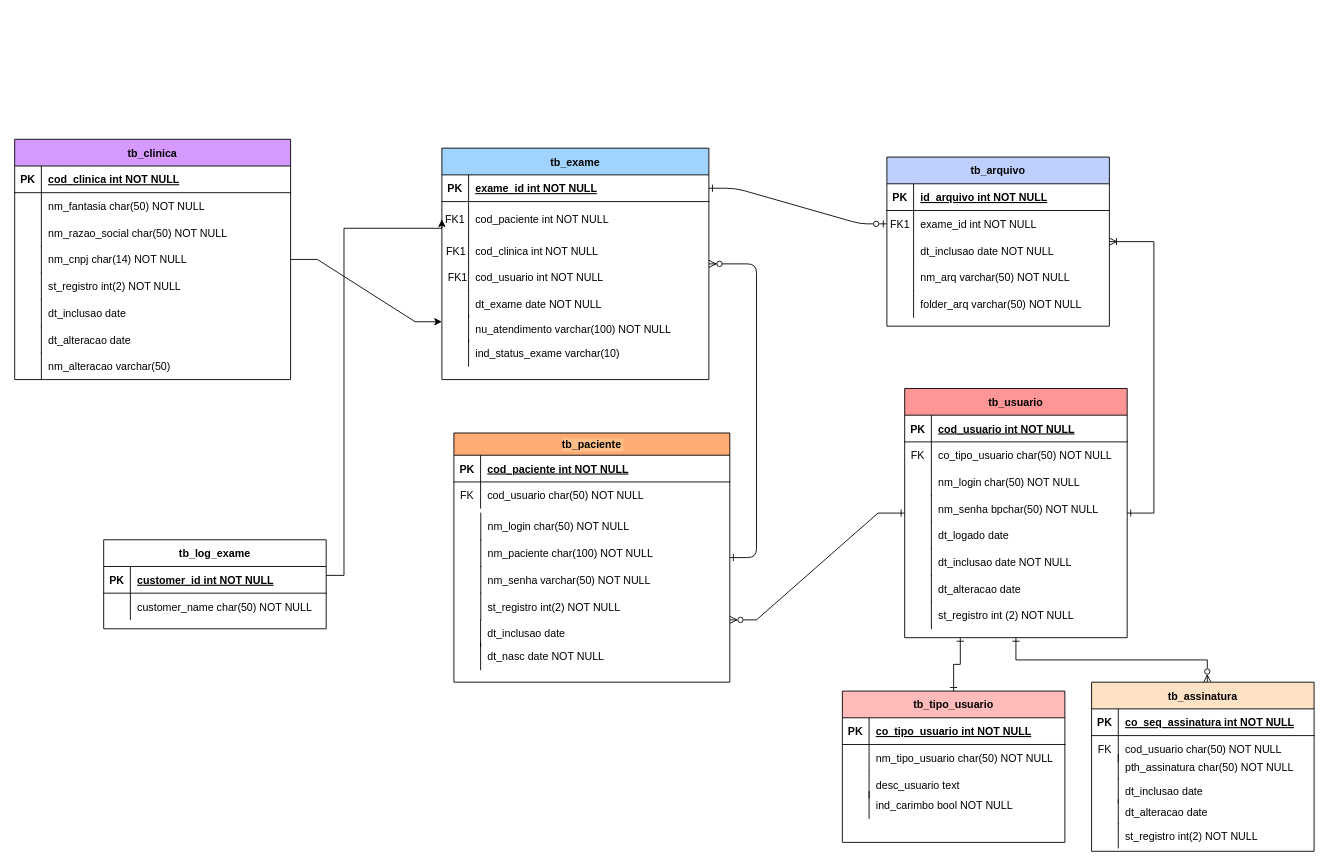
The draw.io diagram Diagrama sem nome.drawio in FFbsilva/DateStructure, before the edit. Source tidied: cells renumbered, new cells numbered last; positions are measured from the earlier drawing's top-left corner, leaving out a move shared by most shapes. Both pictures are drawn from the tidied source at 89%, with x=0, y=0 at pixel (14, 139).
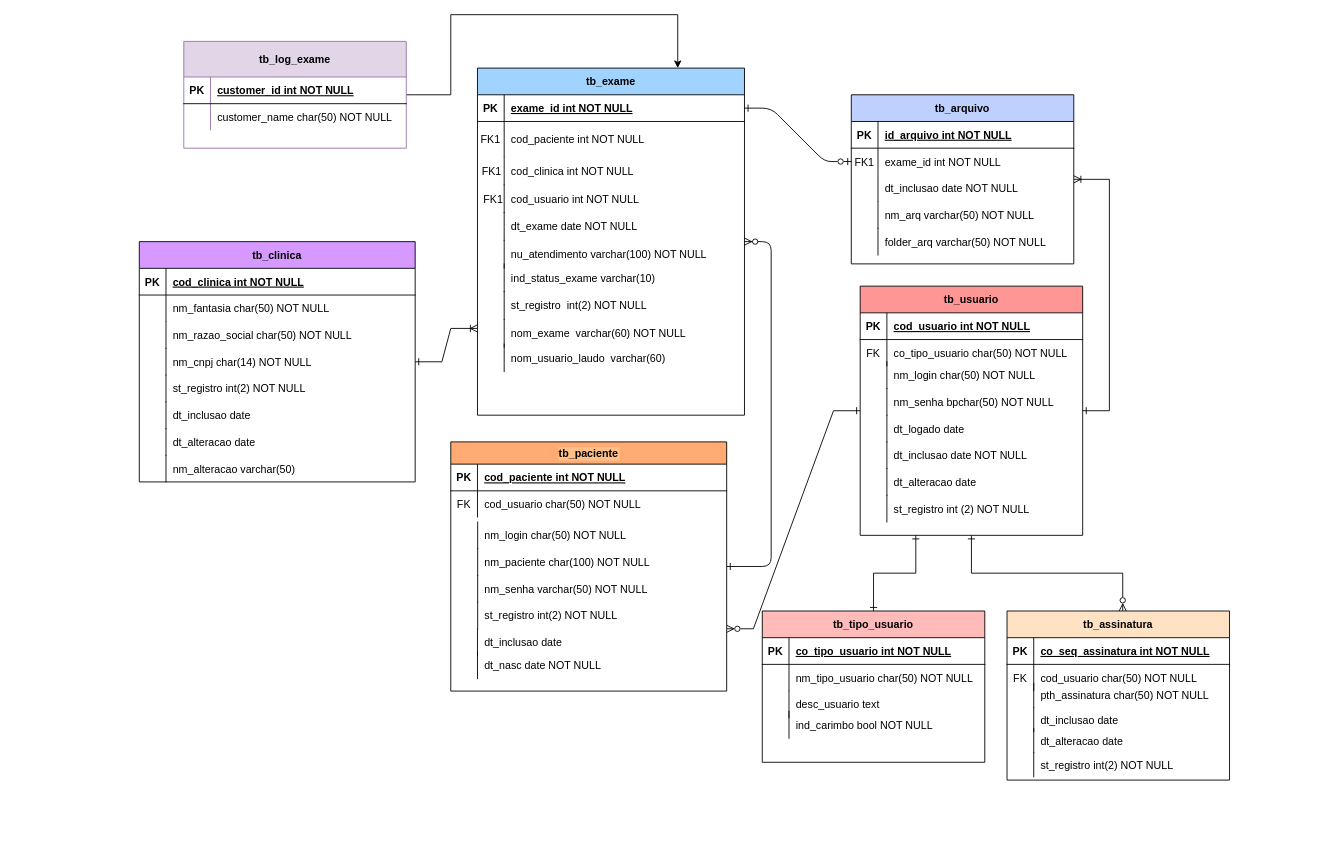
After the change.

The change refers to these unchanged cells:
```xml
<mxCell id="17" value="tb_clinica" style="shape=table;startSize=30;childLayout=tableLayout;rowLines=0;fontStyle=1;align=center;fillColor=#D699FF;" parent="16" vertex="1">
  <mxGeometry width="310" height="270" as="geometry" />
</mxCell>
<mxCell id="91" style="shape=partialRectangle;fillColor=none;points=[[0,0.5],[1,0.5]];portConstraint=eastwest;top=0;left=0;right=0;bottom=0;" parent="87" vertex="1">
  <mxGeometry y="60" width="300" height="40" as="geometry" />
</mxCell>
```

What changed in the source:
```diff
@@
-    <mxCell id="6" style="edgeStyle=orthogonalEdgeStyle;rounded=0;jettySize=auto;html=1;entryX=0;entryY=0.5;entryDx=0;entryDy=0;" parent="1" edge="1" source="7" target="91">
-      <mxGeometry relative="1" as="geometry">
-        <Array as="points">
-          <mxPoint x="370" y="490" />
-          <mxPoint x="370" y="100" />
-        </Array>
-      </mxGeometry>
-    </mxCell>
-    <mxCell id="7" value="tb_log_exame" style="shape=table;startSize=30;childLayout=tableLayout;rowLines=0;fontStyle=1;align=center;" parent="1" vertex="1">
-      <mxGeometry x="100" y="450" width="250" height="100" as="geometry" />
-    </mxCell>
-    <mxCell id="8" style="shape=partialRectangle;fillColor=none;top=0;left=0;right=0;bottom=1;" parent="7" vertex="1">
-      <mxGeometry y="30" width="250" height="30" as="geometry" />
-    </mxCell>
-    <mxCell id="9" value="PK" style="shape=partialRectangle;overflow=hidden;fillColor=none;top=0;left=0;bottom=0;right=0;fontStyle=1;" parent="8" vertex="1">
-      <mxGeometry width="30" height="30" as="geometry" />
-    </mxCell>
-    <mxCell id="10" value="customer_id int NOT NULL " style="shape=partialRectangle;overflow=hidden;fillColor=none;top=0;left=0;bottom=0;right=0;align=left;spacingLeft=6;fontStyle=5;" parent="8" vertex="1">
-      <mxGeometry x="30" width="220" height="30" as="geometry" />
-    </mxCell>
-    <mxCell id="11" style="shape=partialRectangle;fillColor=none;top=0;left=0;right=0;bottom=0;" parent="7" vertex="1">
-      <mxGeometry y="60" width="250" height="30" as="geometry" />
-    </mxCell>
-    <mxCell id="12" style="shape=partialRectangle;overflow=hidden;fillColor=none;top=0;left=0;bottom=0;right=0;" parent="11" vertex="1">
-      <mxGeometry width="30" height="30" as="geometry" />
-    </mxCell>
-    <mxCell id="13" value="customer_name char(50) NOT NULL" style="shape=partialRectangle;overflow=hidden;fillColor=none;top=0;left=0;bottom=0;right=0;align=left;spacingLeft=6;" parent="11" vertex="1">
-      <mxGeometry x="30" width="220" height="30" as="geometry" />
-    </mxCell>
     <mxCell id="14" style="group;" parent="1" vertex="1">
-      <mxGeometry x="10" y="120" width="310" height="270" as="geometry" />
+      <mxGeometry x="140" y="390" width="330" height="270" as="geometry" />
     </mxCell>
     <mxCell id="15" style="group;" parent="14" vertex="1">
-      <mxGeometry x="-10" y="-120" width="310" height="270" as="geometry" />
+      <mxGeometry y="-275" width="310" height="270" as="geometry" />
     </mxCell>
@@
     <mxCell id="30" style="group;" parent="1" vertex="1">
-      <mxGeometry x="980" y="20" width="250" height="190" as="geometry" />
+      <mxGeometry x="940" y="-50" width="250" height="190" as="geometry" />
     </mxCell>
@@
-    <mxCell id="43" style="edgeStyle=entityRelationEdgeStyle;rounded=0;jettySize=auto;html=1;entryX=0;entryY=0.75;entryDx=0;entryDy=0;" parent="1" edge="1" source="17" target="87">
+    <mxCell id="43" style="edgeStyle=entityRelationEdgeStyle;rounded=0;jettySize=auto;html=1;entryX=0;entryY=0.75;entryDx=0;entryDy=0;startArrow=ERone;startFill=0;endArrow=ERoneToMany;endFill=0;" parent="1" edge="1" source="17" target="87">
       <mxGeometry relative="1" as="geometry" />
     </mxCell>
     <mxCell id="44" style="group;" parent="1" vertex="1">
-      <mxGeometry x="1210" y="610" width="250" height="190" as="geometry" />
+      <mxGeometry x="1115" y="530" width="250" height="190" as="geometry" />
     </mxCell>
@@
     <mxCell id="56" style="group;" parent="1" vertex="1">
-      <mxGeometry x="930" y="620" width="250" height="170" as="geometry" />
+      <mxGeometry x="840" y="530" width="250" height="170" as="geometry" />
     </mxCell>
@@
     <mxCell id="68" style="group;fillColor=default;" parent="1" vertex="1">
-      <mxGeometry x="493.5" y="330" width="310" height="280" as="geometry" />
+      <mxGeometry x="490" y="340" width="310" height="280" as="geometry" />
     </mxCell>
@@
     <mxCell id="85" style="group;" parent="1" vertex="1">
-      <mxGeometry x="480" y="10" width="300" height="260" as="geometry" />
+      <mxGeometry x="520" y="-20" width="300" height="330" as="geometry" />
     </mxCell>
     <mxCell id="86" style="group;" parent="85" vertex="1">
-      <mxGeometry width="300" height="260" as="geometry" />
+      <mxGeometry width="300" height="330" as="geometry" />
     </mxCell>
     <mxCell id="87" value="tb_exame" style="shape=table;startSize=30;childLayout=tableLayout;rowLines=0;fontStyle=1;align=center;fillColor=#A1D3FF;" parent="86" vertex="1">
-      <mxGeometry width="300" height="260" as="geometry" />
+      <mxGeometry y="-60" width="300" height="390" as="geometry" />
     </mxCell>
@@
+    <mxCell id="105" style="shape=partialRectangle;overflow=hidden;fillColor=none;top=0;left=0;bottom=0;right=0;" parent="86" vertex="1">
+      <mxGeometry x="5" y="228.5" width="31.2" height="31.2" as="geometry" />
+    </mxCell>
+    <mxCell id="106" value="ind_status_exame varchar(10)" style="shape=partialRectangle;overflow=hidden;fillColor=none;top=0;left=1;bottom=0;right=0;align=left;spacingLeft=6;" parent="86" vertex="1">
+      <mxGeometry x="30" y="160" width="230" height="31.2" as="geometry" />
+    </mxCell>
+    <mxCell id="124" value="st_registro  int(2) NOT NULL" style="shape=partialRectangle;overflow=hidden;fillColor=none;top=0;left=1;bottom=0;right=0;align=left;spacingLeft=6;" parent="86" vertex="1">
+      <mxGeometry x="30" y="191.1" width="230" height="31.2" as="geometry" />
+    </mxCell>
     <mxCell id="96" style="group;" parent="86" vertex="1">
-      <mxGeometry y="100" width="270" height="30" as="geometry" />
+      <mxGeometry y="40" width="270" height="31.2" as="geometry" />
     </mxCell>
     <mxCell id="97" value="FK1" style="shape=partialRectangle;overflow=hidden;fillColor=none;top=0;left=0;bottom=0;right=0;" parent="96" vertex="1">
-      <mxGeometry width="32.4" height="30" as="geometry" />
+      <mxGeometry width="32.4" height="31.2" as="geometry" />
     </mxCell>
     <mxCell id="98" value="cod_clinica int NOT NULL" style="shape=partialRectangle;overflow=hidden;fillColor=none;top=0;left=1;bottom=0;right=0;align=left;spacingLeft=6;" parent="96" vertex="1">
-      <mxGeometry x="30" width="177" height="30" as="geometry" />
+      <mxGeometry x="30" width="177" height="31.2" as="geometry" />
     </mxCell>
     <mxCell id="99" style="group;" parent="86" vertex="1">
-      <mxGeometry y="130" width="300" height="30" as="geometry" />
+      <mxGeometry y="71.2" width="300" height="31.2" as="geometry" />
     </mxCell>
     <mxCell id="100" value="FK1" style="shape=partialRectangle;overflow=hidden;fillColor=none;top=0;left=0;bottom=0;right=0;" parent="99" vertex="1">
-      <mxGeometry width="36" height="30" as="geometry" />
+      <mxGeometry width="36" height="31.2" as="geometry" />
     </mxCell>
     <mxCell id="101" value="cod_usuario int NOT NULL" style="shape=partialRectangle;overflow=hidden;fillColor=none;top=0;left=1;bottom=0;right=0;align=left;spacingLeft=6;" parent="99" vertex="1">
-      <mxGeometry x="30" width="270" height="30" as="geometry" />
+      <mxGeometry x="30" width="270" height="31.2" as="geometry" />
     </mxCell>
     <mxCell id="102" style="group;" parent="86" vertex="1">
-      <mxGeometry y="160" width="290" height="30" as="geometry" />
+      <mxGeometry y="102.3" width="290" height="31.2" as="geometry" />
     </mxCell>
     <mxCell id="103" style="shape=partialRectangle;overflow=hidden;fillColor=none;top=0;left=0;bottom=0;right=0;" parent="102" vertex="1">
-      <mxGeometry width="34.8" height="30" as="geometry" />
+      <mxGeometry width="34.8" height="31.2" as="geometry" />
     </mxCell>
     <mxCell id="104" value="dt_exame date NOT NULL" style="shape=partialRectangle;overflow=hidden;fillColor=none;top=0;left=1;bottom=0;right=0;align=left;spacingLeft=6;" parent="102" vertex="1">
-      <mxGeometry x="30" width="260" height="30" as="geometry" />
+      <mxGeometry x="30" width="260" height="31.2" as="geometry" />
     </mxCell>
-    <mxCell id="105" style="shape=partialRectangle;overflow=hidden;fillColor=none;top=0;left=0;bottom=0;right=0;" parent="86" vertex="1">
-      <mxGeometry x="5" y="220" width="31.2" height="30" as="geometry" />
-    </mxCell>
-    <mxCell id="106" value="ind_status_exame varchar(10)" style="shape=partialRectangle;overflow=hidden;fillColor=none;top=0;left=1;bottom=0;right=0;align=left;spacingLeft=6;" parent="86" vertex="1">
-      <mxGeometry x="30" y="215" width="230" height="30" as="geometry" />
-    </mxCell>
-    <mxCell id="107" style="group;" parent="85" vertex="1">
-      <mxGeometry x="5" y="193" width="260" height="30" as="geometry" />
+    <mxCell id="107" style="group;" parent="86" vertex="1">
+      <mxGeometry x="5" y="138.7" width="260" height="31.2" as="geometry" />
     </mxCell>
     <mxCell id="108" style="shape=partialRectangle;overflow=hidden;fillColor=none;top=0;left=0;bottom=0;right=0;" parent="107" vertex="1">
-      <mxGeometry width="31.2" height="30" as="geometry" />
+      <mxGeometry width="31.2" height="31.2" as="geometry" />
     </mxCell>
     <mxCell id="109" value="nu_atendimento varchar(100) NOT NULL" style="shape=partialRectangle;overflow=hidden;fillColor=none;top=0;left=1;bottom=0;right=0;align=left;spacingLeft=6;" parent="107" vertex="1">
-      <mxGeometry x="25" y="-5" width="230" height="30" as="geometry" />
+      <mxGeometry x="25" y="-5.2" width="230" height="31.2" as="geometry" />
     </mxCell>
+    <mxCell id="125" value="nom_exame  varchar(60) NOT NULL" style="shape=partialRectangle;overflow=hidden;fillColor=none;top=0;left=1;bottom=0;right=0;align=left;spacingLeft=6;" parent="86" vertex="1">
+      <mxGeometry x="30" y="222.3" width="230" height="31.2" as="geometry" />
+    </mxCell>
+    <mxCell id="126" value="nom_usuario_laudo  varchar(60)" style="shape=partialRectangle;overflow=hidden;fillColor=none;top=0;left=1;bottom=0;right=0;align=left;spacingLeft=6;" parent="86" vertex="1">
+      <mxGeometry x="30" y="250" width="250" height="31.1" as="geometry" />
+    </mxCell>
     <mxCell id="110" style="group;" parent="1" vertex="1">
-      <mxGeometry x="1000" y="280" width="250" height="280" as="geometry" />
+      <mxGeometry x="970" y="170" width="250" height="280" as="geometry" />
     </mxCell>
     <mxCell id="111" value="tb_usuario" style="shape=table;startSize=30;childLayout=tableLayout;rowLines=0;fontStyle=1;align=center;fillColor=#FF9696;" parent="110" vertex="1">
-      <mxGeometry width="250" height="280" as="geometry" />
+      <mxGeometry x="-20" y="-5" width="250" height="280" as="geometry" />
     </mxCell>
@@
     <mxCell id="118" value="nm_login char(50) NOT NULL" style="shape=partialRectangle;overflow=hidden;fillColor=none;top=0;left=1;bottom=0;right=0;align=left;spacingLeft=6;" parent="110" vertex="1">
-      <mxGeometry x="30" y="90" width="220" height="30" as="geometry" />
+      <mxGeometry x="10" y="80" width="220" height="30" as="geometry" />
     </mxCell>
     <mxCell id="119" value="nm_senha bpchar(50) NOT NULL" style="shape=partialRectangle;overflow=hidden;fillColor=none;top=0;left=1;bottom=0;right=0;align=left;spacingLeft=6;" parent="110" vertex="1">
-      <mxGeometry x="30" y="120" width="220" height="30" as="geometry" />
+      <mxGeometry x="10" y="110" width="220" height="30" as="geometry" />
     </mxCell>
     <mxCell id="120" value="dt_logado date " style="shape=partialRectangle;overflow=hidden;fillColor=none;top=0;left=1;bottom=0;right=0;align=left;spacingLeft=6;" parent="110" vertex="1">
-      <mxGeometry x="30" y="150" width="220" height="30" as="geometry" />
+      <mxGeometry x="10" y="140" width="220" height="30" as="geometry" />
     </mxCell>
     <mxCell id="121" value="dt_inclusao date NOT NULL " style="shape=partialRectangle;overflow=hidden;fillColor=none;top=0;left=1;bottom=0;right=0;align=left;spacingLeft=6;" parent="110" vertex="1">
-      <mxGeometry x="30" y="180" width="220" height="30" as="geometry" />
+      <mxGeometry x="10" y="170" width="220" height="30" as="geometry" />
     </mxCell>
     <mxCell id="122" value="dt_alteracao date " style="shape=partialRectangle;overflow=hidden;fillColor=none;top=0;left=1;bottom=0;right=0;align=left;spacingLeft=6;" parent="110" vertex="1">
-      <mxGeometry x="30" y="210" width="220" height="30" as="geometry" />
+      <mxGeometry x="10" y="200" width="220" height="30" as="geometry" />
     </mxCell>
     <mxCell id="123" value="st_registro int (2) NOT NULL " style="shape=partialRectangle;overflow=hidden;fillColor=none;top=0;left=1;bottom=0;right=0;align=left;spacingLeft=6;" parent="110" vertex="1">
-      <mxGeometry x="30" y="240" width="220" height="30" as="geometry" />
+      <mxGeometry x="10" y="230" width="220" height="30" as="geometry" />
     </mxCell>
+    <mxCell id="127" style="edgeStyle=orthogonalEdgeStyle;rounded=0;jettySize=auto;html=1;entryX=0.75;entryY=0;entryDx=0;entryDy=0;" parent="1" edge="1" source="7" target="87">
+      <mxGeometry relative="1" as="geometry">
+        <Array as="points">
+          <mxPoint x="490" y="-50" />
+          <mxPoint x="490" y="-140" />
+          <mxPoint x="745" y="-140" />
+        </Array>
+      </mxGeometry>
+    </mxCell>
+    <mxCell id="7" value="tb_log_exame" style="shape=table;startSize=40;childLayout=tableLayout;rowLines=0;fontStyle=1;align=center;fillColor=#e1d5e7;strokeColor=#9673a6;" parent="1" vertex="1">
+      <mxGeometry x="190" y="-110" width="250" height="120" as="geometry" />
+    </mxCell>
+    <mxCell id="8" style="shape=partialRectangle;fillColor=none;top=0;left=0;right=0;bottom=1;" parent="7" vertex="1">
+      <mxGeometry y="40" width="250" height="30" as="geometry" />
+    </mxCell>
+    <mxCell id="9" value="PK" style="shape=partialRectangle;overflow=hidden;fillColor=none;top=0;left=0;bottom=0;right=0;fontStyle=1;" parent="8" vertex="1">
+      <mxGeometry width="30" height="30" as="geometry" />
+    </mxCell>
+    <mxCell id="10" value="customer_id int NOT NULL " style="shape=partialRectangle;overflow=hidden;fillColor=none;top=0;left=0;bottom=0;right=0;align=left;spacingLeft=6;fontStyle=5;" parent="8" vertex="1">
+      <mxGeometry x="30" width="220" height="30" as="geometry" />
+    </mxCell>
+    <mxCell id="11" style="shape=partialRectangle;fillColor=none;top=0;left=0;right=0;bottom=0;" parent="7" vertex="1">
+      <mxGeometry y="70" width="250" height="30" as="geometry" />
+    </mxCell>
+    <mxCell id="12" style="shape=partialRectangle;overflow=hidden;fillColor=none;top=0;left=0;bottom=0;right=0;" parent="11" vertex="1">
+      <mxGeometry width="30" height="30" as="geometry" />
+    </mxCell>
+    <mxCell id="13" value="customer_name char(50) NOT NULL" style="shape=partialRectangle;overflow=hidden;fillColor=none;top=0;left=0;bottom=0;right=0;align=left;spacingLeft=6;" parent="11" vertex="1">
+      <mxGeometry x="30" width="220" height="30" as="geometry" />
+    </mxCell>
```
